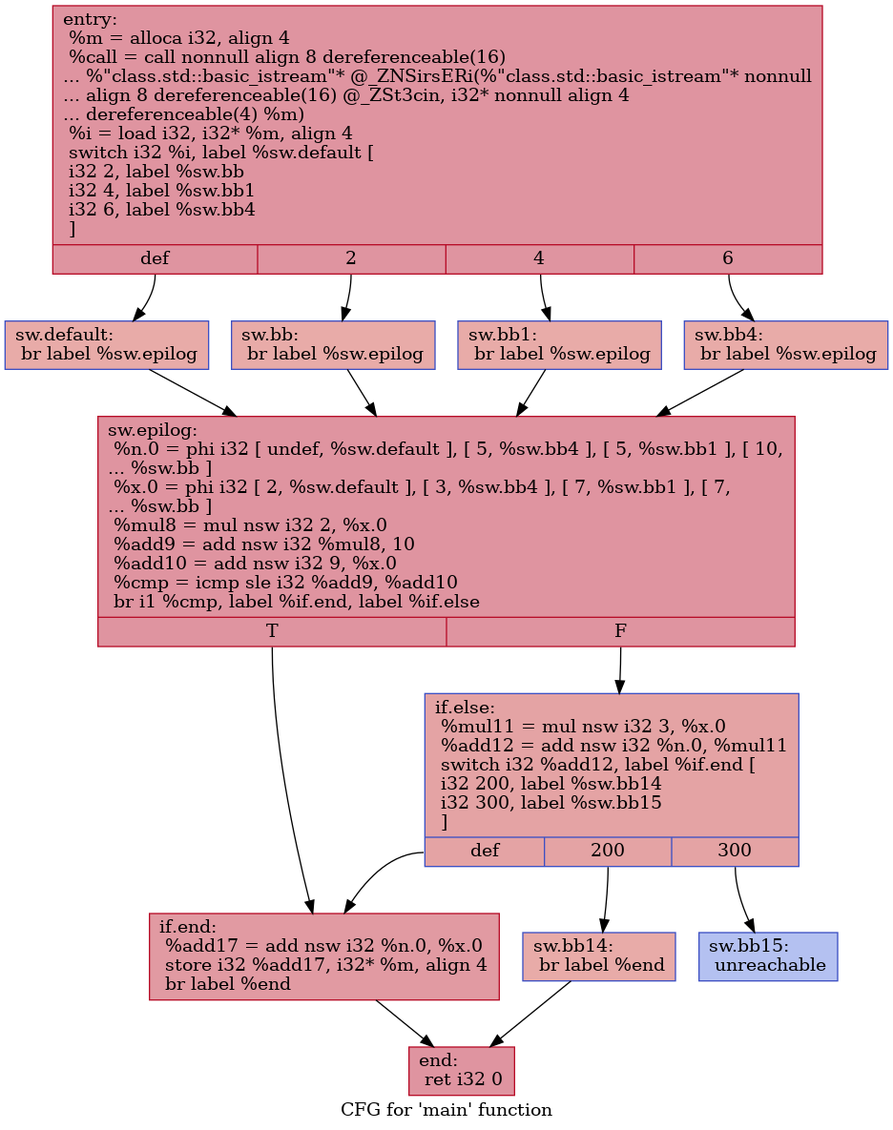
Above: IR/cfg/SCCP_BASELINE.dot.png in HPSSA-LLVM/HPSSA-LLVM (Graphviz), before the change. Its source is kept beside it as IR/cfg/SCCP_BASELINE.dot.
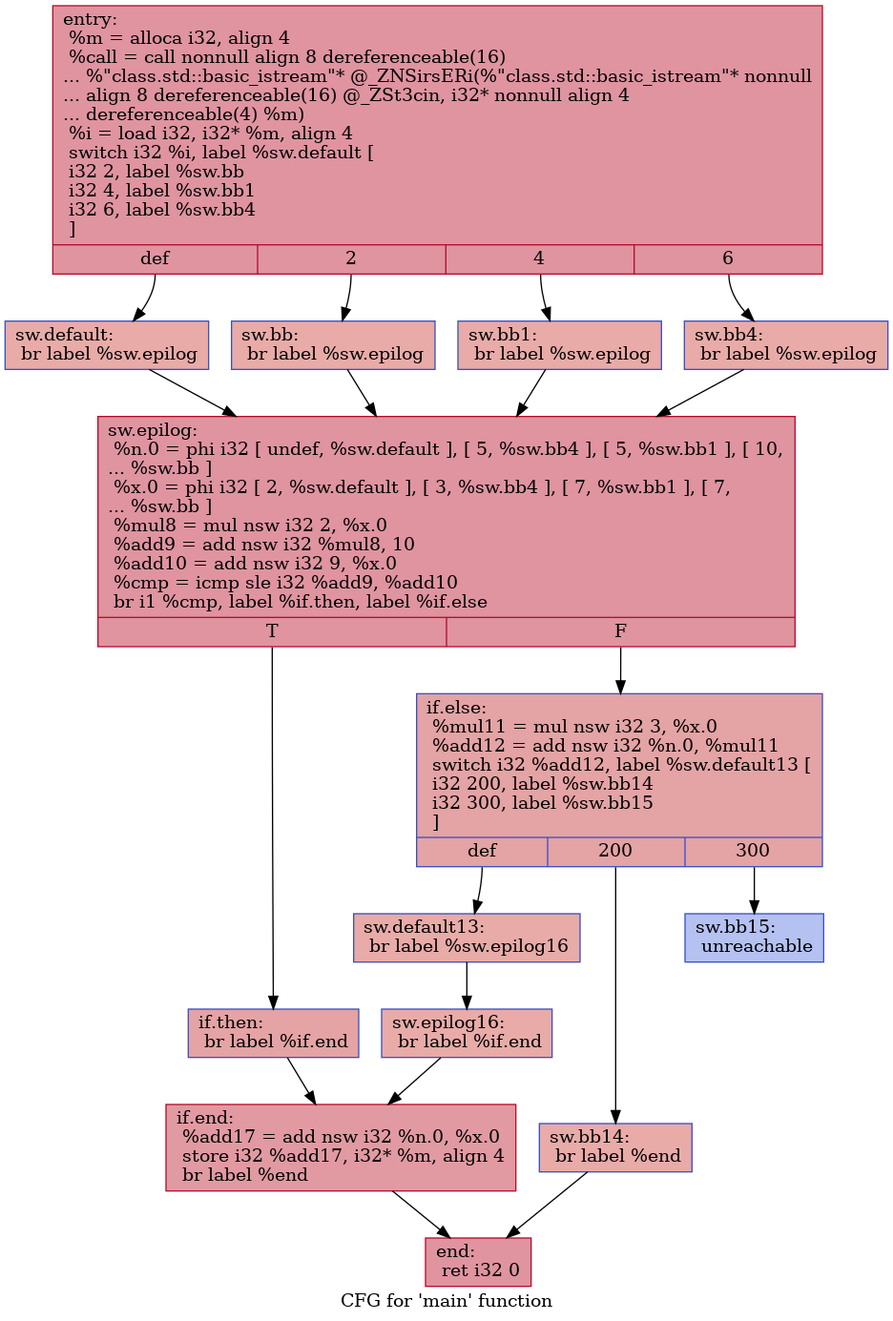
The same diagram one commit later.

Diff of the diagram source:
```diff
@@ -1,30 +1,36 @@
 digraph "CFG for 'main' function" {
 	label="CFG for 'main' function";
 
-	Node0x55e267811e60 [shape=record,color="#b70d28ff", style=filled, fillcolor="#b70d2870",label="{entry:\l  %m = alloca i32, align 4\l  %call = call nonnull align 8 dereferenceable(16)\l... %\"class.std::basic_istream\"* @_ZNSirsERi(%\"class.std::basic_istream\"* nonnull\l... align 8 dereferenceable(16) @_ZSt3cin, i32* nonnull align 4\l... dereferenceable(4) %m)\l  %i = load i32, i32* %m, align 4\l  switch i32 %i, label %sw.default [\l    i32 2, label %sw.bb\l    i32 4, label %sw.bb1\l    i32 6, label %sw.bb4\l  ]\l|{<s0>def|<s1>2|<s2>4|<s3>6}}"];
-	Node0x55e267811e60:s0 -> Node0x55e2678122a0;
-	Node0x55e267811e60:s1 -> Node0x55e2678123b0;
-	Node0x55e267811e60:s2 -> Node0x55e2678124b0;
-	Node0x55e267811e60:s3 -> Node0x55e2678125b0;
-	Node0x55e2678123b0 [shape=record,color="#3d50c3ff", style=filled, fillcolor="#cc403a70",label="{sw.bb:                                            \l  br label %sw.epilog\l}"];
-	Node0x55e2678123b0 -> Node0x55e2678126d0;
-	Node0x55e2678124b0 [shape=record,color="#3d50c3ff", style=filled, fillcolor="#cc403a70",label="{sw.bb1:                                           \l  br label %sw.epilog\l}"];
-	Node0x55e2678124b0 -> Node0x55e2678126d0;
-	Node0x55e2678125b0 [shape=record,color="#3d50c3ff", style=filled, fillcolor="#cc403a70",label="{sw.bb4:                                           \l  br label %sw.epilog\l}"];
-	Node0x55e2678125b0 -> Node0x55e2678126d0;
-	Node0x55e2678122a0 [shape=record,color="#3d50c3ff", style=filled, fillcolor="#cc403a70",label="{sw.default:                                       \l  br label %sw.epilog\l}"];
-	Node0x55e2678122a0 -> Node0x55e2678126d0;
-	Node0x55e2678126d0 [shape=record,color="#b70d28ff", style=filled, fillcolor="#b70d2870",label="{sw.epilog:                                        \l  %n.0 = phi i32 [ undef, %sw.default ], [ 5, %sw.bb4 ], [ 5, %sw.bb1 ], [ 10,\l... %sw.bb ]\l  %x.0 = phi i32 [ 2, %sw.default ], [ 3, %sw.bb4 ], [ 7, %sw.bb1 ], [ 7,\l... %sw.bb ]\l  %mul8 = mul nsw i32 2, %x.0\l  %add9 = add nsw i32 %mul8, 10\l  %add10 = add nsw i32 9, %x.0\l  %cmp = icmp sle i32 %add9, %add10\l  br i1 %cmp, label %if.end, label %if.else\l|{<s0>T|<s1>F}}"];
-	Node0x55e2678126d0:s0 -> Node0x55e2678134d0;
-	Node0x55e2678126d0:s1 -> Node0x55e267813540;
-	Node0x55e267813540 [shape=record,color="#3d50c3ff", style=filled, fillcolor="#c32e3170",label="{if.else:                                          \l  %mul11 = mul nsw i32 3, %x.0\l  %add12 = add nsw i32 %n.0, %mul11\l  switch i32 %add12, label %if.end [\l    i32 200, label %sw.bb14\l    i32 300, label %sw.bb15\l  ]\l|{<s0>def|<s1>200|<s2>300}}"];
-	Node0x55e267813540:s0 -> Node0x55e2678134d0;
-	Node0x55e267813540:s1 -> Node0x55e2678137f0;
-	Node0x55e267813540:s2 -> Node0x55e267813890;
-	Node0x55e2678137f0 [shape=record,color="#3d50c3ff", style=filled, fillcolor="#cc403a70",label="{sw.bb14:                                          \l  br label %end\l}"];
-	Node0x55e2678137f0 -> Node0x55e267813a20;
-	Node0x55e267813890 [shape=record,color="#3d50c3ff", style=filled, fillcolor="#5572df70",label="{sw.bb15:                                          \l  unreachable\l}"];
-	Node0x55e2678134d0 [shape=record,color="#b70d28ff", style=filled, fillcolor="#bb1b2c70",label="{if.end:                                           \l  %add17 = add nsw i32 %n.0, %x.0\l  store i32 %add17, i32* %m, align 4\l  br label %end\l}"];
-	Node0x55e2678134d0 -> Node0x55e267813a20;
-	Node0x55e267813a20 [shape=record,color="#b70d28ff", style=filled, fillcolor="#b70d2870",label="{end:                                              \l  ret i32 0\l}"];
+	Node0x5609db591f50 [shape=record,color="#b70d28ff", style=filled, fillcolor="#b70d2870",label="{entry:\l  %m = alloca i32, align 4\l  %call = call nonnull align 8 dereferenceable(16)\l... %\"class.std::basic_istream\"* @_ZNSirsERi(%\"class.std::basic_istream\"* nonnull\l... align 8 dereferenceable(16) @_ZSt3cin, i32* nonnull align 4\l... dereferenceable(4) %m)\l  %i = load i32, i32* %m, align 4\l  switch i32 %i, label %sw.default [\l    i32 2, label %sw.bb\l    i32 4, label %sw.bb1\l    i32 6, label %sw.bb4\l  ]\l|{<s0>def|<s1>2|<s2>4|<s3>6}}"];
+	Node0x5609db591f50:s0 -> Node0x5609db592390;
+	Node0x5609db591f50:s1 -> Node0x5609db5924a0;
+	Node0x5609db591f50:s2 -> Node0x5609db5925a0;
+	Node0x5609db591f50:s3 -> Node0x5609db5926a0;
+	Node0x5609db5924a0 [shape=record,color="#3d50c3ff", style=filled, fillcolor="#cc403a70",label="{sw.bb:                                            \l  br label %sw.epilog\l}"];
+	Node0x5609db5924a0 -> Node0x5609db5927c0;
+	Node0x5609db5925a0 [shape=record,color="#3d50c3ff", style=filled, fillcolor="#cc403a70",label="{sw.bb1:                                           \l  br label %sw.epilog\l}"];
+	Node0x5609db5925a0 -> Node0x5609db5927c0;
+	Node0x5609db5926a0 [shape=record,color="#3d50c3ff", style=filled, fillcolor="#cc403a70",label="{sw.bb4:                                           \l  br label %sw.epilog\l}"];
+	Node0x5609db5926a0 -> Node0x5609db5927c0;
+	Node0x5609db592390 [shape=record,color="#3d50c3ff", style=filled, fillcolor="#cc403a70",label="{sw.default:                                       \l  br label %sw.epilog\l}"];
+	Node0x5609db592390 -> Node0x5609db5927c0;
+	Node0x5609db5927c0 [shape=record,color="#b70d28ff", style=filled, fillcolor="#b70d2870",label="{sw.epilog:                                        \l  %n.0 = phi i32 [ undef, %sw.default ], [ 5, %sw.bb4 ], [ 5, %sw.bb1 ], [ 10,\l... %sw.bb ]\l  %x.0 = phi i32 [ 2, %sw.default ], [ 3, %sw.bb4 ], [ 7, %sw.bb1 ], [ 7,\l... %sw.bb ]\l  %mul8 = mul nsw i32 2, %x.0\l  %add9 = add nsw i32 %mul8, 10\l  %add10 = add nsw i32 9, %x.0\l  %cmp = icmp sle i32 %add9, %add10\l  br i1 %cmp, label %if.then, label %if.else\l|{<s0>T|<s1>F}}"];
+	Node0x5609db5927c0:s0 -> Node0x5609db5935c0;
+	Node0x5609db5927c0:s1 -> Node0x5609db593630;
+	Node0x5609db5935c0 [shape=record,color="#3d50c3ff", style=filled, fillcolor="#c32e3170",label="{if.then:                                          \l  br label %if.end\l}"];
+	Node0x5609db5935c0 -> Node0x5609db593750;
+	Node0x5609db593630 [shape=record,color="#3d50c3ff", style=filled, fillcolor="#c32e3170",label="{if.else:                                          \l  %mul11 = mul nsw i32 3, %x.0\l  %add12 = add nsw i32 %n.0, %mul11\l  switch i32 %add12, label %sw.default13 [\l    i32 200, label %sw.bb14\l    i32 300, label %sw.bb15\l  ]\l|{<s0>def|<s1>200|<s2>300}}"];
+	Node0x5609db593630:s0 -> Node0x5609db593990;
+	Node0x5609db593630:s1 -> Node0x5609db593a40;
+	Node0x5609db593630:s2 -> Node0x5609db593ae0;
+	Node0x5609db593990 [shape=record,color="#3d50c3ff", style=filled, fillcolor="#cc403a70",label="{sw.default13:                                     \l  br label %sw.epilog16\l}"];
+	Node0x5609db593990 -> Node0x5609db593c70;
+	Node0x5609db593a40 [shape=record,color="#3d50c3ff", style=filled, fillcolor="#cc403a70",label="{sw.bb14:                                          \l  br label %end\l}"];
+	Node0x5609db593a40 -> Node0x5609db593d60;
+	Node0x5609db593ae0 [shape=record,color="#3d50c3ff", style=filled, fillcolor="#5572df70",label="{sw.bb15:                                          \l  unreachable\l}"];
+	Node0x5609db593c70 [shape=record,color="#3d50c3ff", style=filled, fillcolor="#cc403a70",label="{sw.epilog16:                                      \l  br label %if.end\l}"];
+	Node0x5609db593c70 -> Node0x5609db593750;
+	Node0x5609db593750 [shape=record,color="#b70d28ff", style=filled, fillcolor="#bb1b2c70",label="{if.end:                                           \l  %add17 = add nsw i32 %n.0, %x.0\l  store i32 %add17, i32* %m, align 4\l  br label %end\l}"];
+	Node0x5609db593750 -> Node0x5609db593d60;
+	Node0x5609db593d60 [shape=record,color="#b70d28ff", style=filled, fillcolor="#b70d2870",label="{end:                                              \l  ret i32 0\l}"];
 }
```
